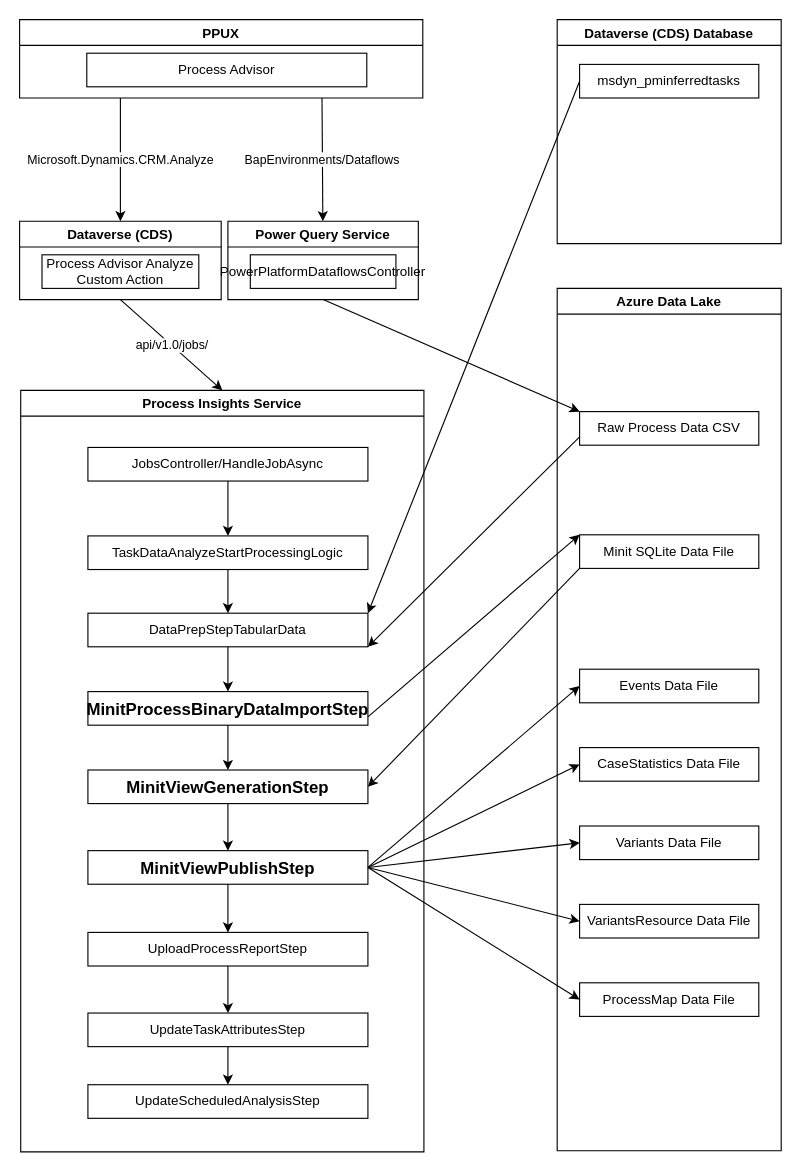
The draw.io diagram Process Insights Service and Minit Integration.drawio in luchenatwork/Diagram, before the edit. Source tidied: cells renumbered, new cells numbered last; positions are measured from the earlier drawing's top-left corner, leaving out a move shared by most shapes. Both pictures are drawn from the tidied source at 112%, with x=0, y=0 at pixel (19, 19).
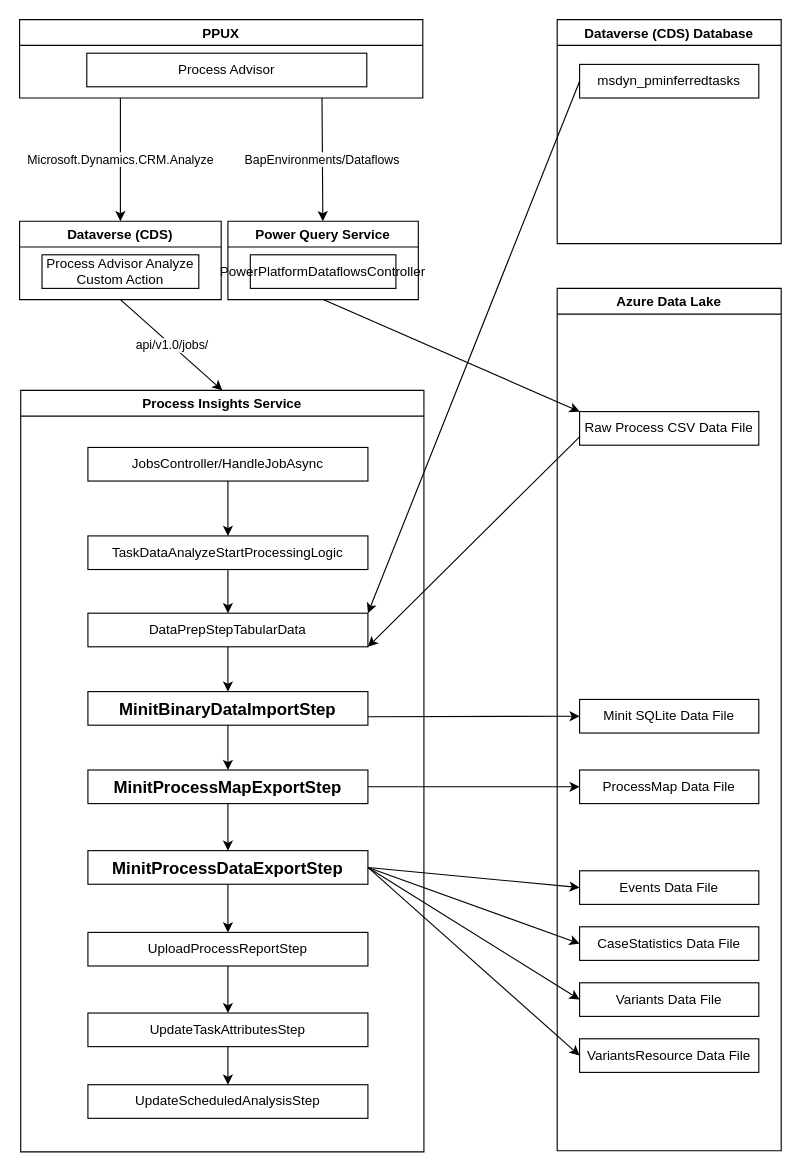
Above is the later version.

The change refers to these unchanged cells:
```xml
<mxCell id="6" value="Process Insights Service" style="swimlane;" parent="1" vertex="1">
  <mxGeometry x="1" y="331" width="360" height="680" as="geometry" />
</mxCell>
<mxCell id="28" value="Azure Data Lake" style="swimlane;" parent="1" vertex="1">
  <mxGeometry x="480" y="240" width="200" height="770" as="geometry" />
</mxCell>
```

Diff of the diagram source:
```diff
@@
-    <mxCell id="10" value="MinitProcessBinaryDataImportStep" style="rounded=0;whiteSpace=wrap;html=1;fontStyle=1;fontSize=15;" parent="6" vertex="1">
+    <mxCell id="10" value="MinitBinaryDataImportStep" style="rounded=0;whiteSpace=wrap;html=1;fontStyle=1;fontSize=15;" parent="6" vertex="1">
       <mxGeometry x="60" y="269" width="250" height="30" as="geometry" />
     </mxCell>
-    <mxCell id="11" value="MinitViewGenerationStep" style="rounded=0;whiteSpace=wrap;html=1;fontStyle=1;fontSize=15;" parent="6" vertex="1">
+    <mxCell id="11" value="MinitProcessMapExportStep" style="rounded=0;whiteSpace=wrap;html=1;fontStyle=1;fontSize=15;" parent="6" vertex="1">
       <mxGeometry x="60" y="339" width="250" height="30" as="geometry" />
     </mxCell>
@@
-    <mxCell id="15" value="MinitViewPublishStep" style="rounded=0;whiteSpace=wrap;html=1;fontStyle=1;fontSize=15;" parent="6" vertex="1">
+    <mxCell id="15" value="MinitProcessDataExportStep" style="rounded=0;whiteSpace=wrap;html=1;fontStyle=1;fontSize=15;" parent="6" vertex="1">
       <mxGeometry x="60" y="411" width="250" height="30" as="geometry" />
     </mxCell>
@@
-    <mxCell id="29" value="Raw Process Data CSV" style="rounded=0;whiteSpace=wrap;html=1;" parent="28" vertex="1">
+    <mxCell id="29" value="Raw Process CSV Data File" style="rounded=0;whiteSpace=wrap;html=1;" parent="28" vertex="1">
       <mxGeometry x="20" y="110" width="160" height="30" as="geometry" />
     </mxCell>
     <mxCell id="30" value="Minit SQLite Data File" style="rounded=0;whiteSpace=wrap;html=1;" parent="28" vertex="1">
-      <mxGeometry x="20" y="220" width="160" height="30" as="geometry" />
+      <mxGeometry x="20" y="367" width="160" height="30" as="geometry" />
     </mxCell>
     <mxCell id="31" value="Events Data File" style="rounded=0;whiteSpace=wrap;html=1;" parent="28" vertex="1">
-      <mxGeometry x="20" y="340" width="160" height="30" as="geometry" />
+      <mxGeometry x="20" y="520" width="160" height="30" as="geometry" />
     </mxCell>
     <mxCell id="32" value="Variants Data File" style="rounded=0;whiteSpace=wrap;html=1;" parent="28" vertex="1">
-      <mxGeometry x="20" y="480" width="160" height="30" as="geometry" />
+      <mxGeometry x="20" y="620" width="160" height="30" as="geometry" />
     </mxCell>
     <mxCell id="33" value="CaseStatistics Data File" style="rounded=0;whiteSpace=wrap;html=1;" parent="28" vertex="1">
-      <mxGeometry x="20" y="410" width="160" height="30" as="geometry" />
+      <mxGeometry x="20" y="570" width="160" height="30" as="geometry" />
     </mxCell>
     <mxCell id="34" value="VariantsResource Data File" style="rounded=0;whiteSpace=wrap;html=1;" parent="28" vertex="1">
-      <mxGeometry x="20" y="550" width="160" height="30" as="geometry" />
+      <mxGeometry x="20" y="670" width="160" height="30" as="geometry" />
     </mxCell>
     <mxCell id="35" value="ProcessMap Data File" style="rounded=0;whiteSpace=wrap;html=1;" parent="28" vertex="1">
-      <mxGeometry x="20" y="620" width="160" height="30" as="geometry" />
+      <mxGeometry x="20" y="430" width="160" height="30" as="geometry" />
     </mxCell>
@@
-    <mxCell id="42" style="endArrow=classic;html=1;rounded=0;entryX=0;entryY=0;entryDx=0;entryDy=0;exitX=1;exitY=0.75;exitDx=0;exitDy=0;" parent="1" edge="1" source="10" target="30">
+    <mxCell id="42" style="endArrow=classic;html=1;rounded=0;entryX=0;entryY=0.5;entryDx=0;entryDy=0;exitX=1;exitY=0.75;exitDx=0;exitDy=0;" parent="1" edge="1" source="10" target="30">
       <mxGeometry relative="1" as="geometry" />
     </mxCell>
-    <mxCell id="43" style="endArrow=classic;html=1;rounded=0;exitX=0;exitY=1;exitDx=0;exitDy=0;entryX=1;entryY=0.5;entryDx=0;entryDy=0;" parent="1" edge="1" source="30" target="11">
-      <mxGeometry relative="1" as="geometry" />
-    </mxCell>
@@
-    <mxCell id="48" style="endArrow=classic;html=1;rounded=0;exitX=1;exitY=0.5;exitDx=0;exitDy=0;entryX=0;entryY=0.5;entryDx=0;entryDy=0;" parent="1" edge="1" source="15" target="35">
+    <mxCell id="48" style="endArrow=classic;html=1;rounded=0;exitX=1;exitY=0.5;exitDx=0;exitDy=0;entryX=0;entryY=0.5;entryDx=0;entryDy=0;" parent="1" edge="1" source="11" target="35">
       <mxGeometry relative="1" as="geometry" />
     </mxCell>
```
